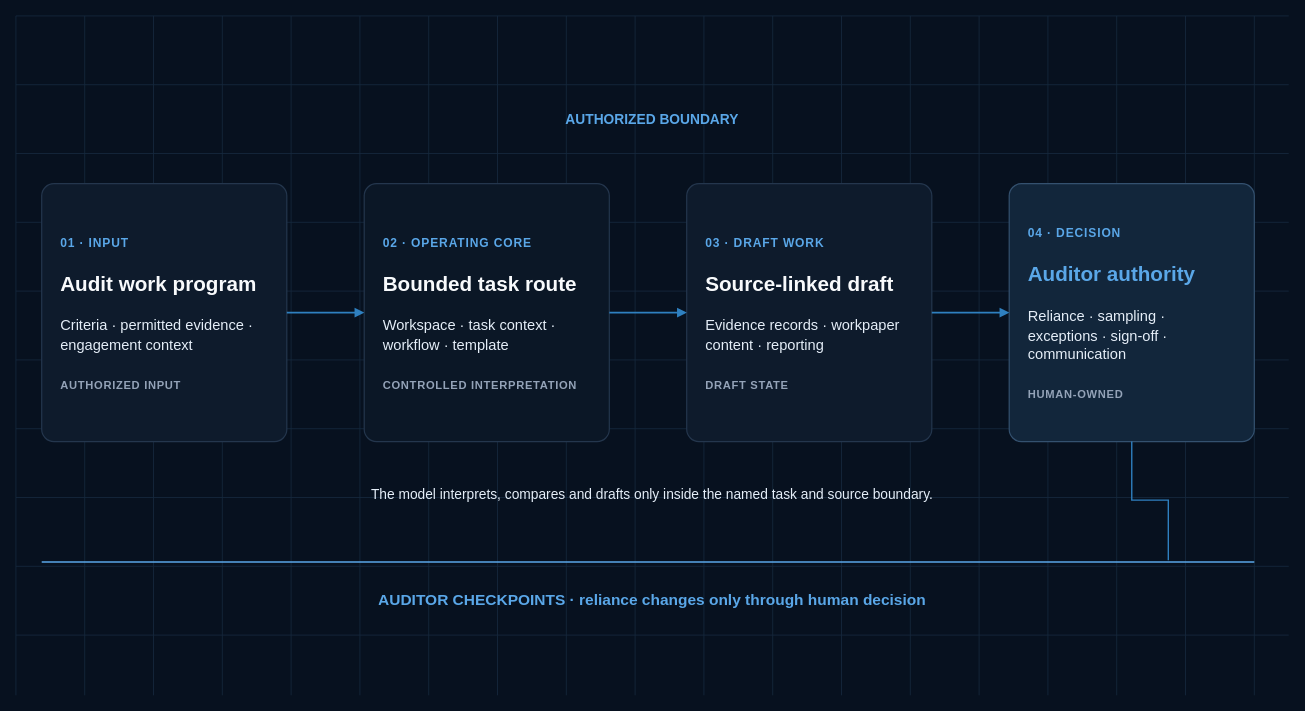
Above: aeos/assets/source/aeos-operating-model-dark.drawio in busera/busera.github.io (draw.io), before the change. Source tidied: cells renumbered, new cells numbered last; positions are measured from the earlier drawing's top-left corner, leaving out a move shared by most shapes. Both pictures are drawn from the tidied source at 86%, with x=0, y=0 at pixel (15, 15).
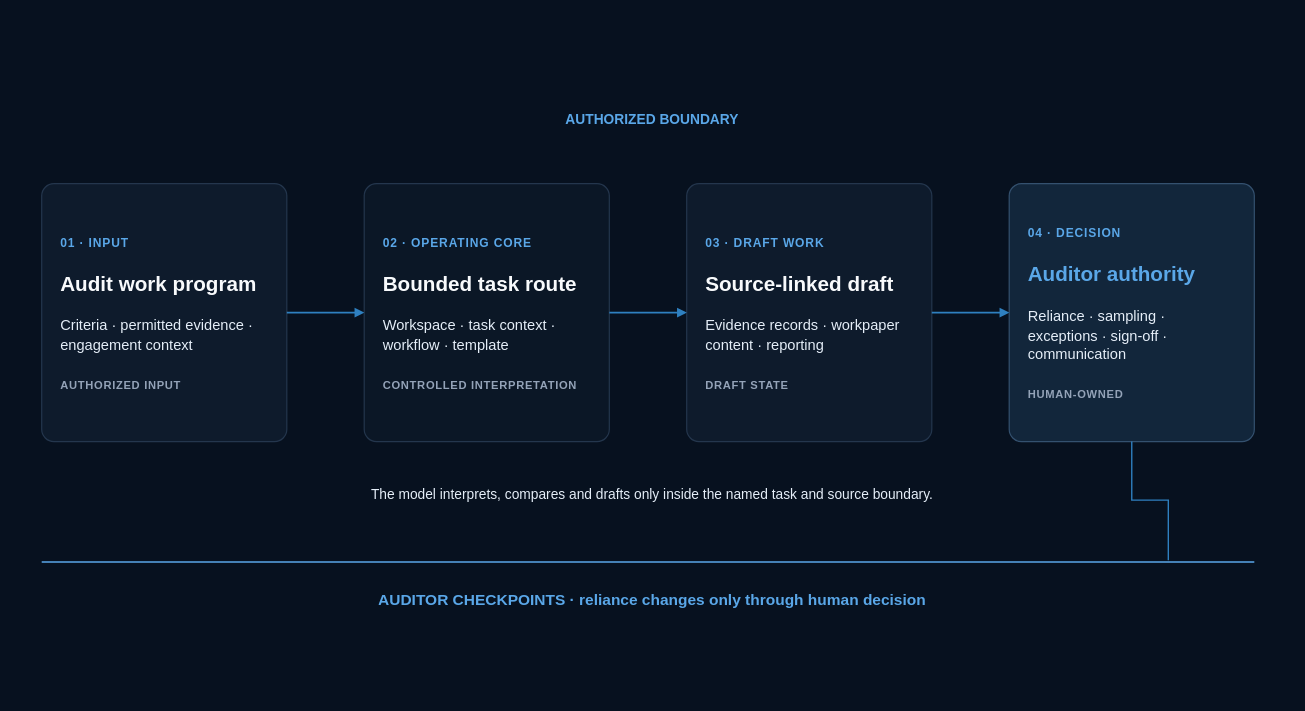
The same diagram, later.

Commit message (it also covers changes not shown here):
fix(aeos): simplify diagrams and closing position

What changed in the source:
```diff
@@
-    <mxCell id="2" style="endArrow=none;startArrow=none;strokeColor=#16283D;strokeWidth=1;html=1;" parent="1" edge="1">
-      <mxGeometry relative="1" as="geometry">
-        <mxPoint as="sourcePoint" />
-        <mxPoint y="790" as="targetPoint" />
-      </mxGeometry>
-    </mxCell>
-    <mxCell id="3" style="endArrow=none;startArrow=none;strokeColor=#16283D;strokeWidth=1;html=1;" parent="1" edge="1">
-      <mxGeometry relative="1" as="geometry">
-        <mxPoint x="80" as="sourcePoint" />
-        <mxPoint x="80" y="790" as="targetPoint" />
-      </mxGeometry>
-    </mxCell>
-    <mxCell id="4" style="endArrow=none;startArrow=none;strokeColor=#16283D;strokeWidth=1;html=1;" parent="1" edge="1">
-      <mxGeometry relative="1" as="geometry">
-        <mxPoint x="160" as="sourcePoint" />
-        <mxPoint x="160" y="790" as="targetPoint" />
-      </mxGeometry>
-    </mxCell>
-    <mxCell id="5" style="endArrow=none;startArrow=none;strokeColor=#16283D;strokeWidth=1;html=1;" parent="1" edge="1">
-      <mxGeometry relative="1" as="geometry">
-        <mxPoint x="240" as="sourcePoint" />
-        <mxPoint x="240" y="790" as="targetPoint" />
-      </mxGeometry>
-    </mxCell>
-    <mxCell id="6" style="endArrow=none;startArrow=none;strokeColor=#16283D;strokeWidth=1;html=1;" parent="1" edge="1">
-      <mxGeometry relative="1" as="geometry">
-        <mxPoint x="320" as="sourcePoint" />
-        <mxPoint x="320" y="790" as="targetPoint" />
-      </mxGeometry>
-    </mxCell>
-    <mxCell id="7" style="endArrow=none;startArrow=none;strokeColor=#16283D;strokeWidth=1;html=1;" parent="1" edge="1">
-      <mxGeometry relative="1" as="geometry">
-        <mxPoint x="400" as="sourcePoint" />
-        <mxPoint x="400" y="790" as="targetPoint" />
-      </mxGeometry>
-    </mxCell>
-    <mxCell id="8" style="endArrow=none;startArrow=none;strokeColor=#16283D;strokeWidth=1;html=1;" parent="1" edge="1">
-      <mxGeometry relative="1" as="geometry">
-        <mxPoint x="480" as="sourcePoint" />
-        <mxPoint x="480" y="790" as="targetPoint" />
-      </mxGeometry>
-    </mxCell>
-    <mxCell id="9" style="endArrow=none;startArrow=none;strokeColor=#16283D;strokeWidth=1;html=1;" parent="1" edge="1">
-      <mxGeometry relative="1" as="geometry">
-        <mxPoint x="560" as="sourcePoint" />
-        <mxPoint x="560" y="790" as="targetPoint" />
-      </mxGeometry>
-    </mxCell>
-    <mxCell id="10" style="endArrow=none;startArrow=none;strokeColor=#16283D;strokeWidth=1;html=1;" parent="1" edge="1">
-      <mxGeometry relative="1" as="geometry">
-        <mxPoint x="640" as="sourcePoint" />
-        <mxPoint x="640" y="790" as="targetPoint" />
-      </mxGeometry>
-    </mxCell>
-    <mxCell id="11" style="endArrow=none;startArrow=none;strokeColor=#16283D;strokeWidth=1;html=1;" parent="1" edge="1">
-      <mxGeometry relative="1" as="geometry">
-        <mxPoint x="720" as="sourcePoint" />
-        <mxPoint x="720" y="790" as="targetPoint" />
-      </mxGeometry>
-    </mxCell>
-    <mxCell id="12" style="endArrow=none;startArrow=none;strokeColor=#16283D;strokeWidth=1;html=1;" parent="1" edge="1">
-      <mxGeometry relative="1" as="geometry">
-        <mxPoint x="800" as="sourcePoint" />
-        <mxPoint x="800" y="790" as="targetPoint" />
-      </mxGeometry>
-    </mxCell>
-    <mxCell id="13" style="endArrow=none;startArrow=none;strokeColor=#16283D;strokeWidth=1;html=1;" parent="1" edge="1">
-      <mxGeometry relative="1" as="geometry">
-        <mxPoint x="880" as="sourcePoint" />
-        <mxPoint x="880" y="790" as="targetPoint" />
-      </mxGeometry>
-    </mxCell>
-    <mxCell id="14" style="endArrow=none;startArrow=none;strokeColor=#16283D;strokeWidth=1;html=1;" parent="1" edge="1">
-      <mxGeometry relative="1" as="geometry">
-        <mxPoint x="960" as="sourcePoint" />
-        <mxPoint x="960" y="790" as="targetPoint" />
-      </mxGeometry>
-    </mxCell>
-    <mxCell id="15" style="endArrow=none;startArrow=none;strokeColor=#16283D;strokeWidth=1;html=1;" parent="1" edge="1">
-      <mxGeometry relative="1" as="geometry">
-        <mxPoint x="1040" as="sourcePoint" />
-        <mxPoint x="1040" y="790" as="targetPoint" />
-      </mxGeometry>
-    </mxCell>
-    <mxCell id="16" style="endArrow=none;startArrow=none;strokeColor=#16283D;strokeWidth=1;html=1;" parent="1" edge="1">
-      <mxGeometry relative="1" as="geometry">
-        <mxPoint x="1120" as="sourcePoint" />
-        <mxPoint x="1120" y="790" as="targetPoint" />
-      </mxGeometry>
-    </mxCell>
-    <mxCell id="17" style="endArrow=none;startArrow=none;strokeColor=#16283D;strokeWidth=1;html=1;" parent="1" edge="1">
-      <mxGeometry relative="1" as="geometry">
-        <mxPoint x="1200" as="sourcePoint" />
-        <mxPoint x="1200" y="790" as="targetPoint" />
-      </mxGeometry>
-    </mxCell>
-    <mxCell id="18" style="endArrow=none;startArrow=none;strokeColor=#16283D;strokeWidth=1;html=1;" parent="1" edge="1">
-      <mxGeometry relative="1" as="geometry">
-        <mxPoint x="1280" as="sourcePoint" />
-        <mxPoint x="1280" y="790" as="targetPoint" />
-      </mxGeometry>
-    </mxCell>
-    <mxCell id="19" style="endArrow=none;startArrow=none;strokeColor=#16283D;strokeWidth=1;html=1;" parent="1" edge="1">
-      <mxGeometry relative="1" as="geometry">
-        <mxPoint x="1360" as="sourcePoint" />
-        <mxPoint x="1360" y="790" as="targetPoint" />
-      </mxGeometry>
-    </mxCell>
-    <mxCell id="20" style="endArrow=none;startArrow=none;strokeColor=#16283D;strokeWidth=1;html=1;" parent="1" edge="1">
-      <mxGeometry relative="1" as="geometry">
-        <mxPoint x="1440" as="sourcePoint" />
-        <mxPoint x="1440" y="790" as="targetPoint" />
-      </mxGeometry>
-    </mxCell>
-    <mxCell id="21" style="endArrow=none;startArrow=none;strokeColor=#16283D;strokeWidth=1;html=1;" parent="1" edge="1">
-      <mxGeometry relative="1" as="geometry">
-        <mxPoint as="sourcePoint" />
-        <mxPoint x="1480" as="targetPoint" />
-      </mxGeometry>
-    </mxCell>
-    <mxCell id="22" style="endArrow=none;startArrow=none;strokeColor=#16283D;strokeWidth=1;html=1;" parent="1" edge="1">
-      <mxGeometry relative="1" as="geometry">
-        <mxPoint y="80" as="sourcePoint" />
-        <mxPoint x="1480" y="80" as="targetPoint" />
-      </mxGeometry>
-    </mxCell>
-    <mxCell id="23" style="endArrow=none;startArrow=none;strokeColor=#16283D;strokeWidth=1;html=1;" parent="1" edge="1">
-      <mxGeometry relative="1" as="geometry">
-        <mxPoint y="160" as="sourcePoint" />
-        <mxPoint x="1480" y="160" as="targetPoint" />
-      </mxGeometry>
-    </mxCell>
-    <mxCell id="24" style="endArrow=none;startArrow=none;strokeColor=#16283D;strokeWidth=1;html=1;" parent="1" edge="1">
-      <mxGeometry relative="1" as="geometry">
-        <mxPoint y="240" as="sourcePoint" />
-        <mxPoint x="1480" y="240" as="targetPoint" />
-      </mxGeometry>
-    </mxCell>
-    <mxCell id="25" style="endArrow=none;startArrow=none;strokeColor=#16283D;strokeWidth=1;html=1;" parent="1" edge="1">
-      <mxGeometry relative="1" as="geometry">
-        <mxPoint y="320" as="sourcePoint" />
-        <mxPoint x="1480" y="320" as="targetPoint" />
-      </mxGeometry>
-    </mxCell>
-    <mxCell id="26" style="endArrow=none;startArrow=none;strokeColor=#16283D;strokeWidth=1;html=1;" parent="1" edge="1">
-      <mxGeometry relative="1" as="geometry">
-        <mxPoint y="400" as="sourcePoint" />
-        <mxPoint x="1480" y="400" as="targetPoint" />
-      </mxGeometry>
-    </mxCell>
-    <mxCell id="27" style="endArrow=none;startArrow=none;strokeColor=#16283D;strokeWidth=1;html=1;" parent="1" edge="1">
-      <mxGeometry relative="1" as="geometry">
-        <mxPoint y="480" as="sourcePoint" />
-        <mxPoint x="1480" y="480" as="targetPoint" />
-      </mxGeometry>
-    </mxCell>
-    <mxCell id="28" style="endArrow=none;startArrow=none;strokeColor=#16283D;strokeWidth=1;html=1;" parent="1" edge="1">
-      <mxGeometry relative="1" as="geometry">
-        <mxPoint y="560" as="sourcePoint" />
-        <mxPoint x="1480" y="560" as="targetPoint" />
-      </mxGeometry>
-    </mxCell>
-    <mxCell id="29" style="endArrow=none;startArrow=none;strokeColor=#16283D;strokeWidth=1;html=1;" parent="1" edge="1">
-      <mxGeometry relative="1" as="geometry">
-        <mxPoint y="640" as="sourcePoint" />
-        <mxPoint x="1480" y="640" as="targetPoint" />
-      </mxGeometry>
-    </mxCell>
-    <mxCell id="30" style="endArrow=none;startArrow=none;strokeColor=#16283D;strokeWidth=1;html=1;" parent="1" edge="1">
-      <mxGeometry relative="1" as="geometry">
-        <mxPoint y="720" as="sourcePoint" />
-        <mxPoint x="1480" y="720" as="targetPoint" />
-      </mxGeometry>
-    </mxCell>
+    <mxCell id="44" style="shape=rectangle;fillColor=none;strokeColor=none;opacity=0;html=1;" parent="1" vertex="1">
+      <mxGeometry x="-1" y="-1" width="1482.5" height="792.5" as="geometry" />
+    </mxCell>
```
